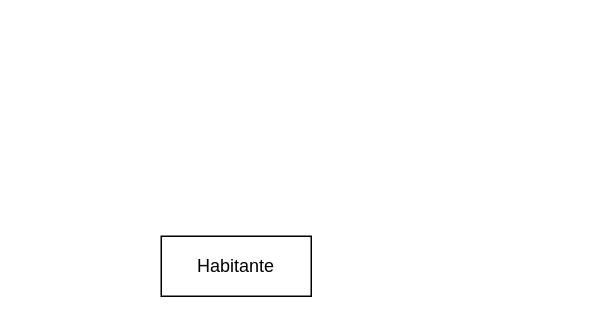
Earlier version of the draw.io diagram BaseDeDatos/ej5.drawio (Donnie-MS/DiagramasUML-BaseDeDatos-Objetos2). Source tidied: cells renumbered, new cells numbered last; positions are measured from the earlier drawing's top-left corner, leaving out a move shared by most shapes. Both pictures are drawn from the tidied source at 150%, with x=0, y=0 at pixel (160, 236).
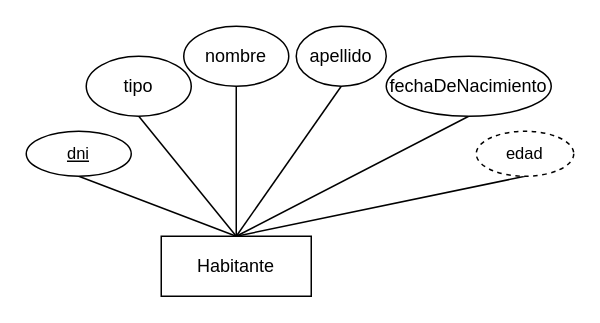
After the change.

The edit, as a diff of the source:
```diff
@@
 <mxGraphModel>
   <root>
     <mxCell id="0" />
     <mxCell id="1" parent="0" />
+    <mxCell id="3" style="edgeStyle=none;shape=connector;rounded=0;jettySize=auto;html=1;exitX=0.5;exitY=0;exitDx=0;exitDy=0;entryX=0.5;entryY=1;entryDx=0;entryDy=0;strokeColor=default;align=center;verticalAlign=middle;fontFamily=Helvetica;fontSize=11;fontColor=default;labelBackgroundColor=default;endArrow=none;" parent="1" edge="1" source="2" target="8">
+      <mxGeometry relative="1" as="geometry" />
+    </mxCell>
     <mxCell id="2" value="Habitante" style="whiteSpace=wrap;html=1;align=center;" parent="1" vertex="1">
       <mxGeometry width="100" height="40" as="geometry" />
     </mxCell>
+    <mxCell id="4" style="edgeStyle=none;shape=connector;rounded=0;jettySize=auto;html=1;exitX=0.5;exitY=1;exitDx=0;exitDy=0;entryX=0.5;entryY=0;entryDx=0;entryDy=0;strokeColor=default;align=center;verticalAlign=middle;fontFamily=Helvetica;fontSize=11;fontColor=default;labelBackgroundColor=default;endArrow=none;" parent="1" edge="1" source="5" target="2">
+      <mxGeometry relative="1" as="geometry" />
+    </mxCell>
+    <mxCell id="5" value="tipo" style="ellipse;whiteSpace=wrap;html=1;align=center;" parent="1" vertex="1">
+      <mxGeometry x="-50" y="-120" width="70" height="40" as="geometry" />
+    </mxCell>
+    <mxCell id="6" style="edgeStyle=none;shape=connector;rounded=0;jettySize=auto;html=1;exitX=0.5;exitY=1;exitDx=0;exitDy=0;entryX=0.5;entryY=0;entryDx=0;entryDy=0;strokeColor=default;align=center;verticalAlign=middle;fontFamily=Helvetica;fontSize=11;fontColor=default;labelBackgroundColor=default;endArrow=none;" parent="1" edge="1" source="7" target="2">
+      <mxGeometry relative="1" as="geometry" />
+    </mxCell>
+    <mxCell id="7" value="dni" style="ellipse;whiteSpace=wrap;html=1;align=center;fontStyle=4;fontFamily=Helvetica;fontSize=11;fontColor=default;labelBackgroundColor=default;" parent="1" vertex="1">
+      <mxGeometry x="-90" y="-70" width="70" height="30" as="geometry" />
+    </mxCell>
+    <mxCell id="8" value="nombre" style="ellipse;whiteSpace=wrap;html=1;align=center;" parent="1" vertex="1">
+      <mxGeometry x="15" y="-140" width="70" height="40" as="geometry" />
+    </mxCell>
+    <mxCell id="9" style="edgeStyle=none;shape=connector;rounded=0;jettySize=auto;html=1;exitX=0.5;exitY=1;exitDx=0;exitDy=0;entryX=0.5;entryY=0;entryDx=0;entryDy=0;strokeColor=default;align=center;verticalAlign=middle;fontFamily=Helvetica;fontSize=11;fontColor=default;labelBackgroundColor=default;endArrow=none;" parent="1" edge="1" source="10" target="2">
+      <mxGeometry relative="1" as="geometry" />
+    </mxCell>
+    <mxCell id="10" value="edad" style="ellipse;whiteSpace=wrap;html=1;align=center;dashed=1;fontFamily=Helvetica;fontSize=11;fontColor=default;labelBackgroundColor=default;" parent="1" vertex="1">
+      <mxGeometry x="210" y="-70" width="65" height="30" as="geometry" />
+    </mxCell>
+    <mxCell id="11" style="edgeStyle=none;shape=connector;rounded=0;jettySize=auto;html=1;exitX=0.5;exitY=1;exitDx=0;exitDy=0;strokeColor=default;align=center;verticalAlign=middle;fontFamily=Helvetica;fontSize=11;fontColor=default;labelBackgroundColor=default;endArrow=none;" parent="1" edge="1" source="12">
+      <mxGeometry relative="1" as="geometry">
+        <mxPoint x="50" as="targetPoint" />
+      </mxGeometry>
+    </mxCell>
+    <mxCell id="12" value="fechaDeNacimiento" style="ellipse;whiteSpace=wrap;html=1;align=center;" parent="1" vertex="1">
+      <mxGeometry x="150" y="-120" width="110" height="40" as="geometry" />
+    </mxCell>
+    <mxCell id="13" style="edgeStyle=none;shape=connector;rounded=0;jettySize=auto;html=1;exitX=0.5;exitY=1;exitDx=0;exitDy=0;strokeColor=default;align=center;verticalAlign=middle;fontFamily=Helvetica;fontSize=11;fontColor=default;labelBackgroundColor=default;endArrow=none;" parent="1" edge="1" source="14">
+      <mxGeometry relative="1" as="geometry">
+        <mxPoint x="50" as="targetPoint" />
+      </mxGeometry>
+    </mxCell>
+    <mxCell id="14" value="apellido" style="ellipse;whiteSpace=wrap;html=1;align=center;" parent="1" vertex="1">
+      <mxGeometry x="90" y="-140" width="60" height="40" as="geometry" />
+    </mxCell>
   </root>
 </mxGraphModel>
```
